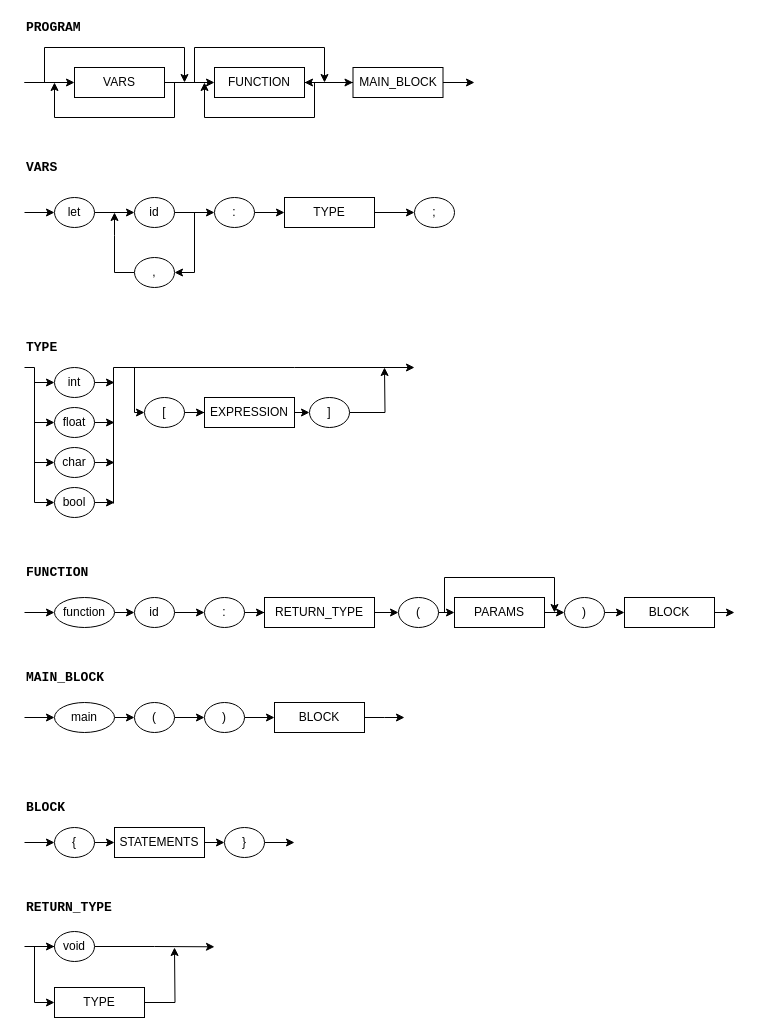
Above: page "Page-1" (1 of 4) of documentacion/diagramasGramaticaMaps.drawio in RCH010/manchas (draw.io), before the change. Source tidied: cells renumbered, new cells numbered last; positions are measured from the earlier drawing's top-left corner, leaving out a move shared by most shapes. Both pictures are drawn from the tidied source at 100%, with x=0, y=0 at pixel (24, 17).
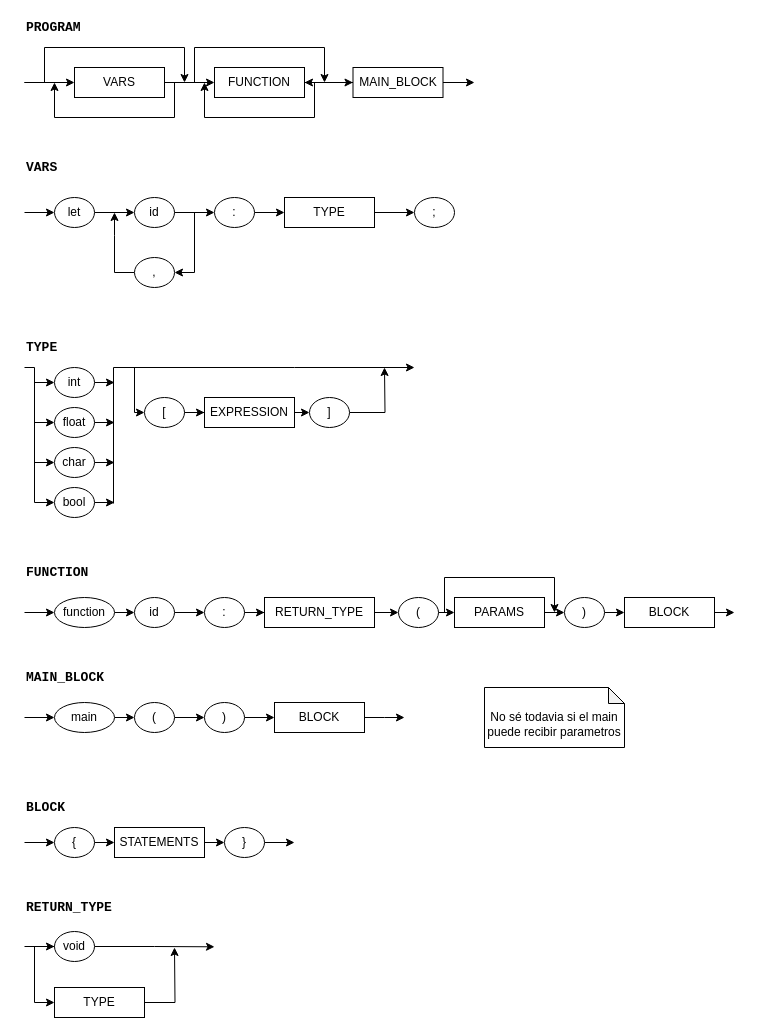
The same diagram, later.

What changed in the source:
```diff
@@
+    <mxCell id="94" value="&lt;br&gt;No sé todavia si el main puede recibir parametros" style="shape=note;whiteSpace=wrap;html=1;backgroundOutline=1;darkOpacity=0.05;size=16;" parent="1" vertex="1">
+      <mxGeometry x="460" y="670" width="140" height="60" as="geometry" />
+    </mxCell>
```
